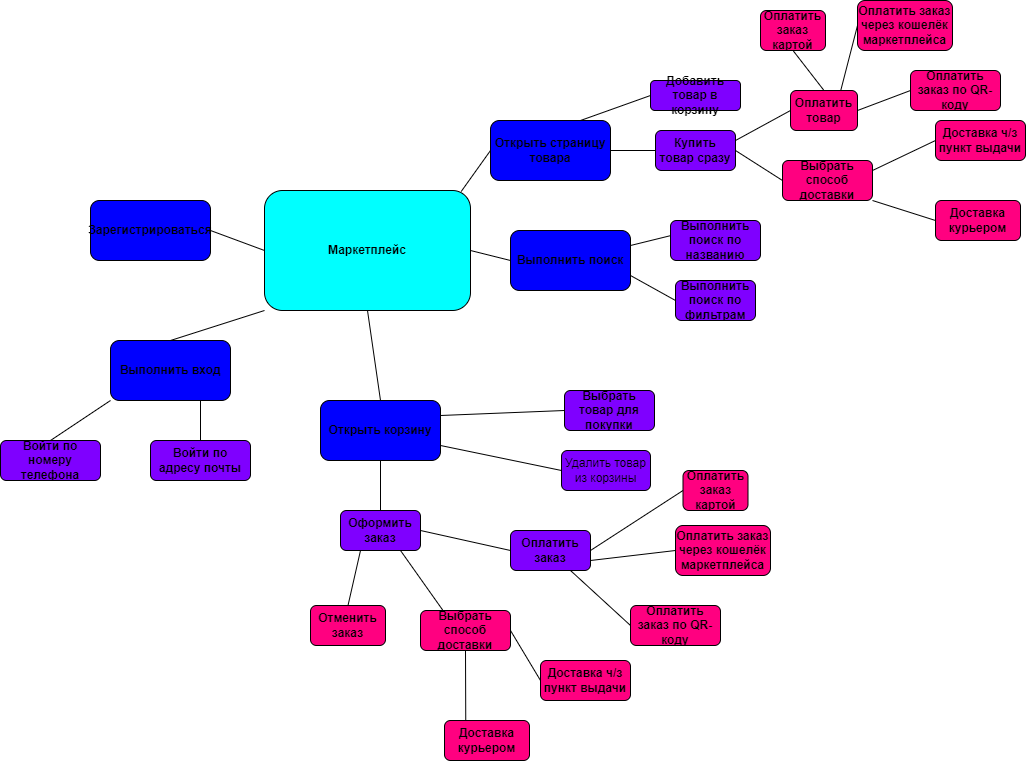
Involuntar/Test keeps this draw.io diagram as intel_card.png. Above is the earlier version. Source tidied: cells renumbered, new cells last; positions are measured from the earlier drawing's top-left corner, leaving out a move shared by most shapes.
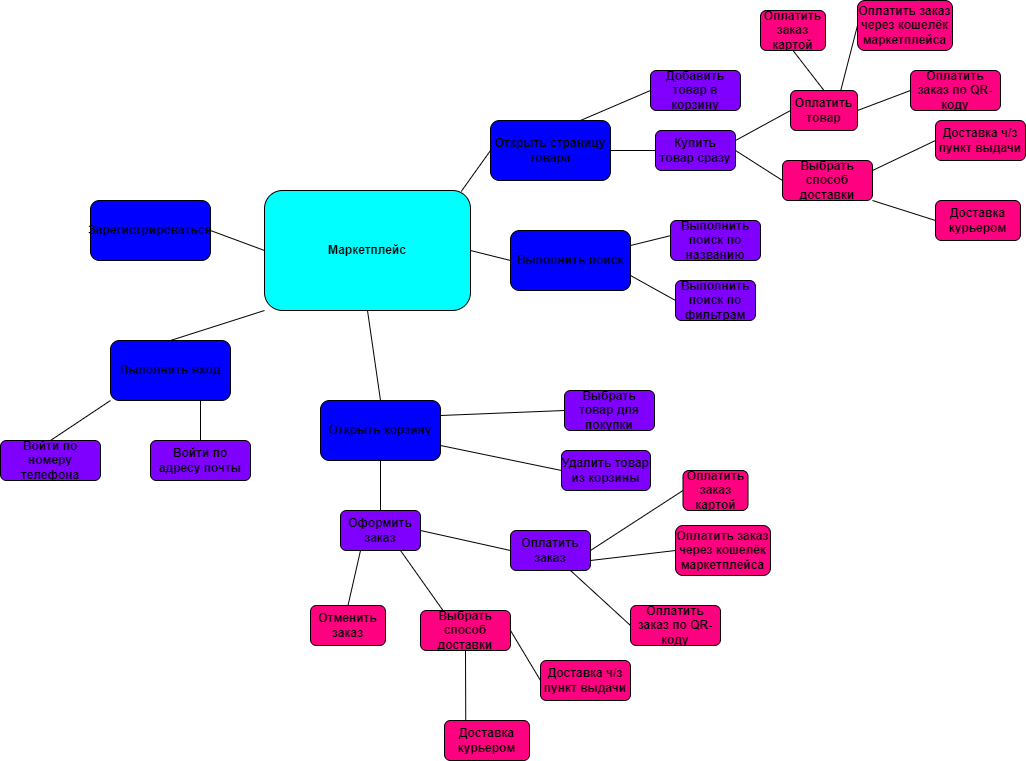
Above is the later version.

Change to the diagram source:
```diff
@@ -26,7 +26,7 @@
     <mxCell id="9" value="Выбрать товар для покупки" style="rounded=1;whiteSpace=wrap;html=1;fillColor=#7F00FF;fontStyle=1;" parent="1" vertex="1">
       <mxGeometry x="564" y="390" width="90" height="40" as="geometry" />
     </mxCell>
-    <mxCell id="10" value="Удалить товар из корзины" style="rounded=1;whiteSpace=wrap;html=1;fillColor=#7F00FF;" parent="1" vertex="1">
+    <mxCell id="10" value="Удалить товар из корзины" style="rounded=1;whiteSpace=wrap;html=1;fillColor=#7F00FF;fontStyle=1;" parent="1" vertex="1">
       <mxGeometry x="561" y="450" width="89" height="40" as="geometry" />
     </mxCell>
     <mxCell id="11" style="endArrow=none;html=1;rounded=0;entryX=0;entryY=0.5;entryDx=0;entryDy=0;exitX=1;exitY=0.25;exitDx=0;exitDy=0;" parent="1" edge="1" source="5" target="9">
@@ -42,7 +42,7 @@
       <mxGeometry relative="1" as="geometry" />
     </mxCell>
     <mxCell id="15" value="Добавить товар в корзину" style="rounded=1;whiteSpace=wrap;html=1;fillColor=#7F00FF;fontStyle=1;" parent="1" vertex="1">
-      <mxGeometry x="650" y="80" width="90" height="30" as="geometry" />
+      <mxGeometry x="650" y="70" width="90" height="40" as="geometry" />
     </mxCell>
     <mxCell id="16" value="Купить товар сразу" style="rounded=1;whiteSpace=wrap;html=1;fillColor=#7F00FF;fontStyle=1;" parent="1" vertex="1">
       <mxGeometry x="655" y="130" width="80" height="40" as="geometry" />
```
